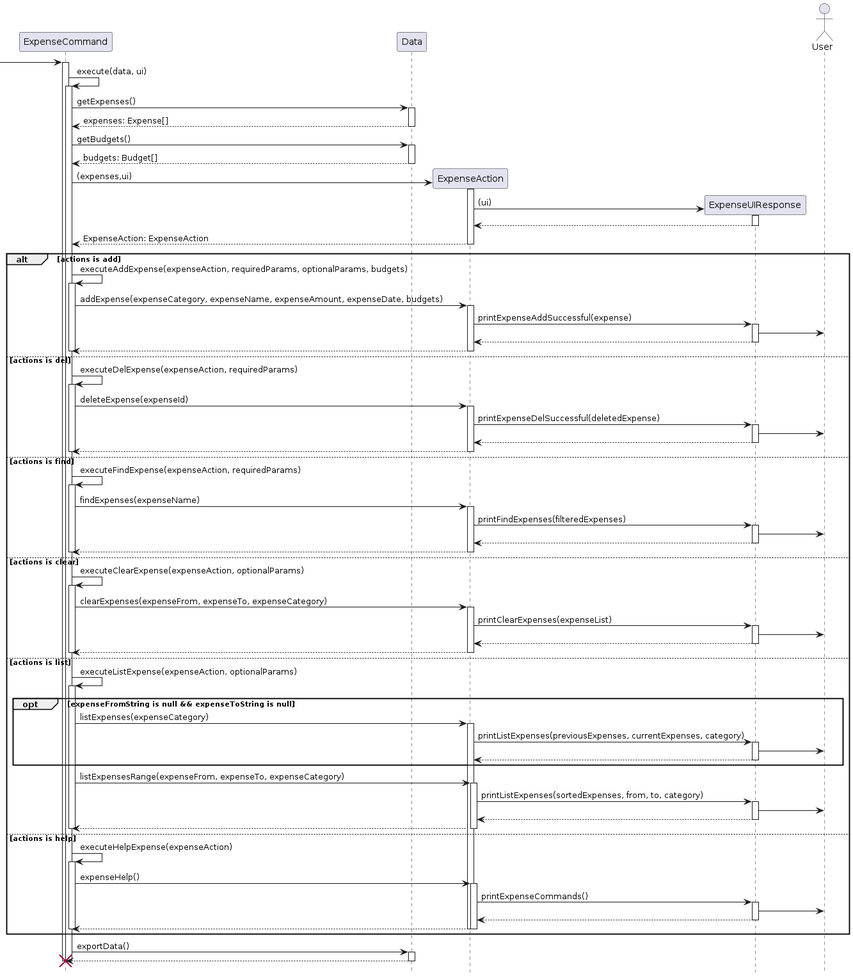
This is docs/images/ExpenseCommandSequence.png from stephenkyang/tp, a PlantUML export, as it was before one commit.
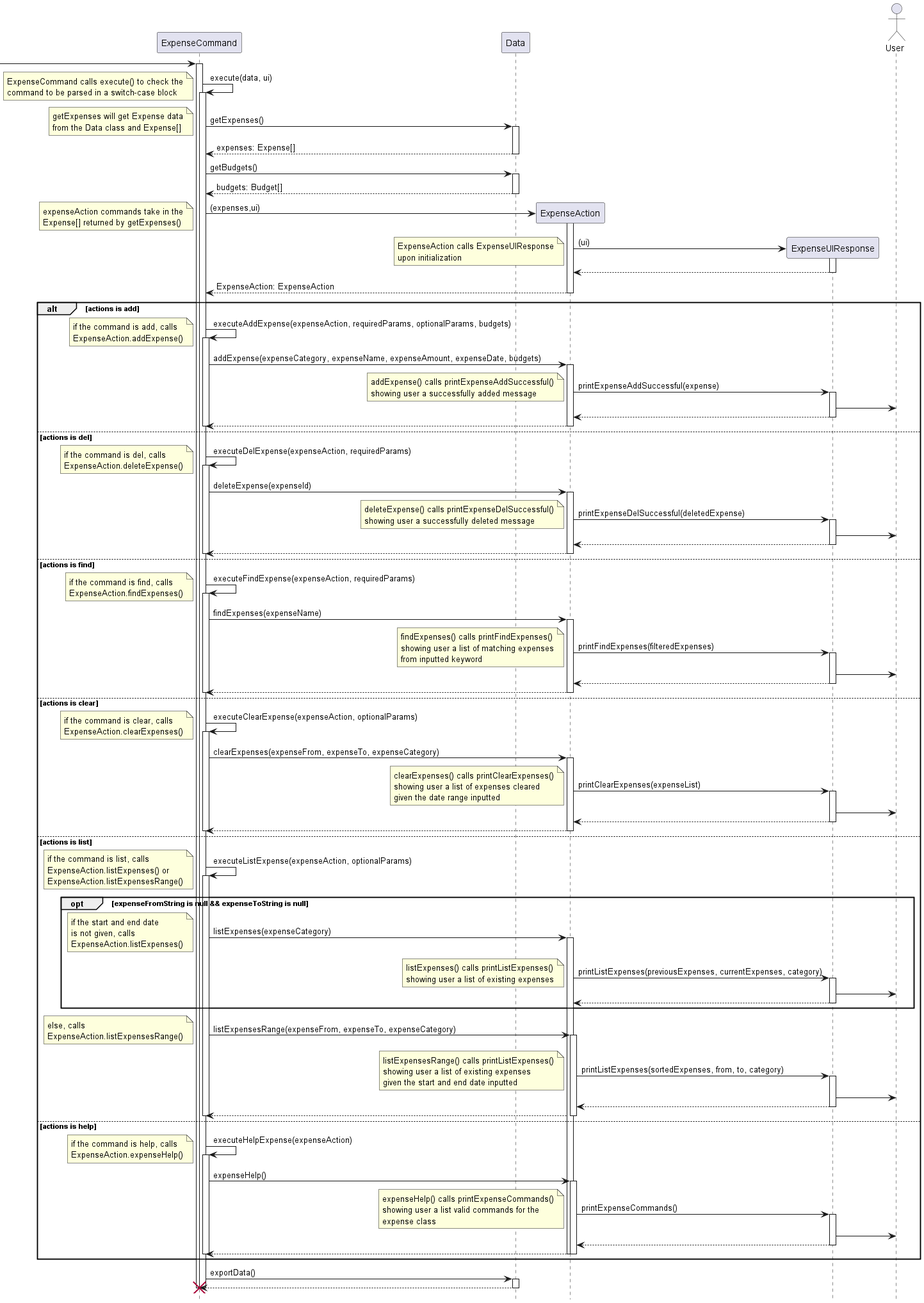
After the change.

Commit message:
updated ExpenseSequence and added JUnit test for expense

The edit, as a diff of the source:
```diff
@@ -12,8 +12,16 @@
 
 activate "ExpenseCommand"
 "ExpenseCommand" -> "ExpenseCommand": execute(data, ui)
+note left
+    ExpenseCommand calls execute() to check the
+    command to be parsed in a switch-case block
+ end note
 activate  "ExpenseCommand"
 "ExpenseCommand" -> "Data": getExpenses()
+note left
+    getExpenses will get Expense data
+    from the Data class and Expense[]
+end note
 activate "Data"
 return expenses: Expense[]
 deactivate "Data"
@@ -23,9 +31,17 @@
 deactivate "Data"
 
 "ExpenseCommand" -> "ExpenseAction" ** : (expenses,ui)
+note left
+    expenseAction commands take in the
+    Expense[] returned by getExpenses()
+end note
 activate "ExpenseAction"
 
 "ExpenseAction" -> "ExpenseUIResponse" ** : (ui)
+note left
+    ExpenseAction calls ExpenseUIResponse
+    upon initialization
+end note
 activate "ExpenseUIResponse"
 "ExpenseUIResponse" --> "ExpenseAction"
 deactivate "ExpenseUIResponse"
@@ -36,10 +52,18 @@
 
 alt actions is add
 "ExpenseCommand" -> "ExpenseCommand": executeAddExpense(expenseAction, requiredParams, optionalParams, budgets)
+note left
+    if the command is add, calls
+    ExpenseAction.addExpense()
+end note
 activate "ExpenseCommand"
 "ExpenseCommand" -> "ExpenseAction" : addExpense(expenseCategory, expenseName, expenseAmount, expenseDate, budgets)
 activate "ExpenseAction"
 "ExpenseAction" -> "ExpenseUIResponse" : printExpenseAddSuccessful(expense)
+note left
+    addExpense() calls printExpenseAddSuccessful()
+    showing user a successfully added message
+end note
 activate "ExpenseUIResponse"
 "ExpenseUIResponse" -> User
 return
@@ -49,10 +73,18 @@
 
 else actions is del
 "ExpenseCommand" -> "ExpenseCommand": executeDelExpense(expenseAction, requiredParams)
+note left
+    if the command is del, calls
+    ExpenseAction.deleteExpense()
+end note
 activate "ExpenseCommand"
 "ExpenseCommand" -> "ExpenseAction" : deleteExpense(expenseId)
 activate "ExpenseAction"
 "ExpenseAction" -> "ExpenseUIResponse" : printExpenseDelSuccessful(deletedExpense)
+note left
+    deleteExpense() calls printExpenseDelSuccessful()
+    showing user a successfully deleted message
+end note
 activate "ExpenseUIResponse"
 "ExpenseUIResponse" -> User
 return
@@ -62,10 +94,19 @@
 
 else actions is find
 "ExpenseCommand" -> "ExpenseCommand": executeFindExpense(expenseAction, requiredParams)
+note left
+    if the command is find, calls
+    ExpenseAction.findExpenses()
+end note
 activate "ExpenseCommand"
 "ExpenseCommand" -> "ExpenseAction" : findExpenses(expenseName)
 activate "ExpenseAction"
 "ExpenseAction" -> "ExpenseUIResponse" : printFindExpenses(filteredExpenses)
+note left
+    findExpenses() calls printFindExpenses()
+    showing user a list of matching expenses
+    from inputted keyword
+end note
 activate "ExpenseUIResponse"
 "ExpenseUIResponse" -> User
 return
@@ -75,10 +116,19 @@
 
 else actions is clear
 "ExpenseCommand" -> "ExpenseCommand": executeClearExpense(expenseAction, optionalParams)
+note left
+    if the command is clear, calls
+    ExpenseAction.clearExpenses()
+end note
 activate "ExpenseCommand"
 "ExpenseCommand" -> "ExpenseAction" : clearExpenses(expenseFrom, expenseTo, expenseCategory)
 activate "ExpenseAction"
 "ExpenseAction" -> "ExpenseUIResponse" : printClearExpenses(expenseList)
+note left
+    clearExpenses() calls printClearExpenses()
+    showing user a list of expenses cleared
+    given the date range inputted
+end note
 activate "ExpenseUIResponse"
 "ExpenseUIResponse" -> User
 return
@@ -88,12 +138,26 @@
 
 else actions is list
 "ExpenseCommand" -> "ExpenseCommand": executeListExpense(expenseAction, optionalParams)
+note left
+    if the command is list, calls
+    ExpenseAction.listExpenses() or
+    ExpenseAction.listExpensesRange()
+end note
 activate "ExpenseCommand"
 
 opt expenseFromString is null && expenseToString is null
 "ExpenseCommand" -> "ExpenseAction" : listExpenses(expenseCategory)
+note left
+    if the start and end date
+    is not given, calls
+    ExpenseAction.listExpenses()
+end note
 activate "ExpenseAction"
 "ExpenseAction" -> "ExpenseUIResponse" : printListExpenses(previousExpenses, currentExpenses, category)
+note left
+    listExpenses() calls printListExpenses()
+    showing user a list of existing expenses
+end note
 activate "ExpenseUIResponse"
 "ExpenseUIResponse" -> User
 return
@@ -101,9 +165,19 @@
 
 
 "ExpenseCommand" -> "ExpenseAction" : listExpensesRange(expenseFrom, expenseTo, expenseCategory)
+note left
+    else, calls
+    ExpenseAction.listExpensesRange()
+end note
 activate "ExpenseAction"
 "ExpenseAction" -> "ExpenseUIResponse" : printListExpenses(sortedExpenses, from, to, category)
+note left
+    listExpensesRange() calls printListExpenses()
+    showing user a list of existing expenses
+    given the start and end date inputted
+end note
 activate "ExpenseUIResponse"
+
 
 
 "ExpenseUIResponse" -> User
@@ -114,10 +188,19 @@
 
 else actions is help
 "ExpenseCommand" -> "ExpenseCommand": executeHelpExpense(expenseAction)
+note left
+    if the command is help, calls
+    ExpenseAction.expenseHelp()
+end note
 activate "ExpenseCommand"
 "ExpenseCommand" -> "ExpenseAction" : expenseHelp()
 activate "ExpenseAction"
 "ExpenseAction" -> "ExpenseUIResponse" : printExpenseCommands()
+note left
+    expenseHelp() calls printExpenseCommands()
+    showing user a list valid commands for the
+    expense class
+end note
 activate "ExpenseUIResponse"
 "ExpenseUIResponse" -> User
 return
```
